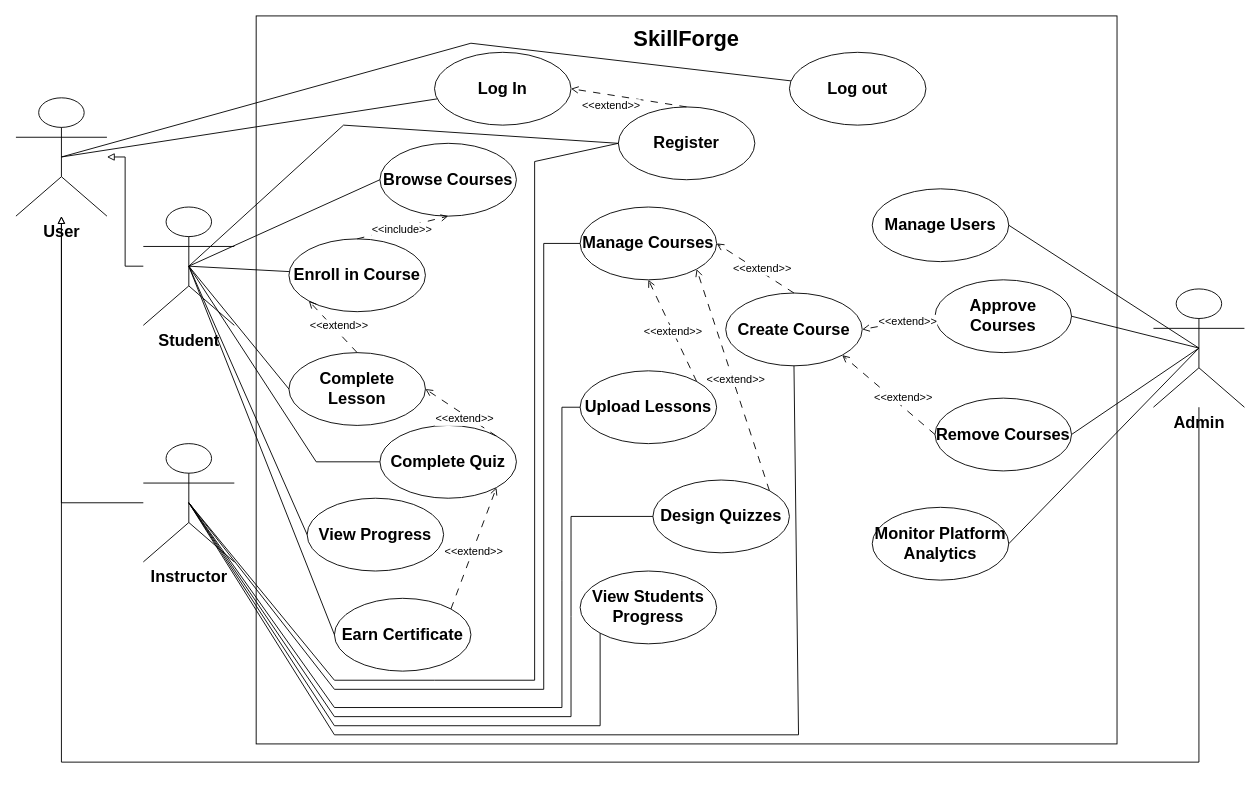
Before: Diagrams/UseCaseDiagram.drawio in Smook-e/Prog2_lab6, a draw.io diagram. Source tidied: cells renumbered, new cells numbered last; positions are measured from the earlier drawing's top-left corner, leaving out a move shared by most shapes. Both pictures are drawn from the tidied source at 91%, with x=0, y=0 at pixel (15, 15).
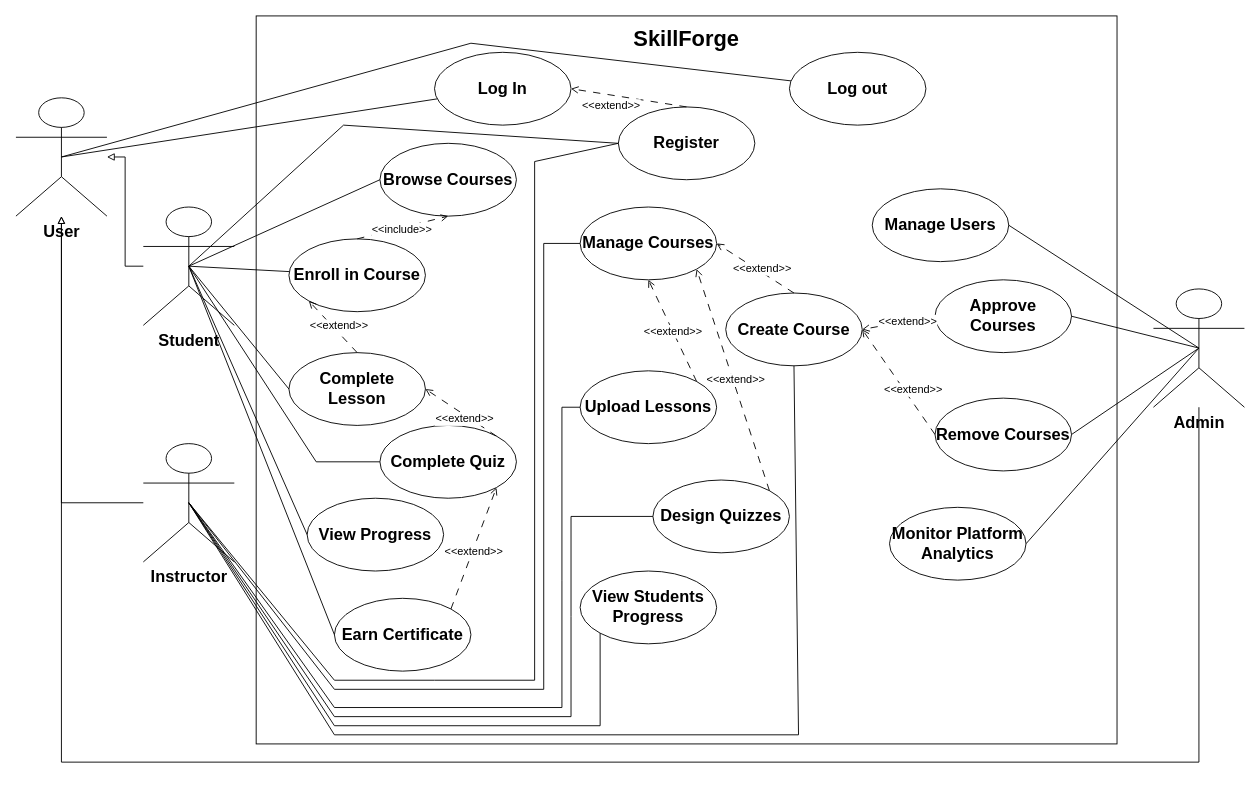
The same diagram, later.

The change refers to these unchanged cells:
```xml
<mxCell id="19" value="&lt;span style=&quot;font-size: 18px;&quot;&gt;&lt;b&gt;Create Course&lt;/b&gt;&lt;/span&gt;" style="ellipse;whiteSpace=wrap;html=1;" parent="1" vertex="1">
  <mxGeometry x="780" y="304.5" width="150" height="80" as="geometry" />
</mxCell>
<mxCell id="29" value="&lt;span style=&quot;font-size: 18px;&quot;&gt;&lt;b&gt;Remove Courses&lt;/b&gt;&lt;/span&gt;" style="ellipse;whiteSpace=wrap;html=1;" parent="1" vertex="1">
  <mxGeometry x="1010" y="420" width="150" height="80" as="geometry" />
</mxCell>
```

The edit, as a diff of the source:
```diff
@@
     <mxCell id="30" value="&lt;span style=&quot;font-size: 18px;&quot;&gt;&lt;b&gt;Monitor Platform Analytics&lt;/b&gt;&lt;/span&gt;" style="ellipse;whiteSpace=wrap;html=1;" parent="1" vertex="1">
-      <mxGeometry x="941" y="540" width="150" height="80" as="geometry" />
+      <mxGeometry x="960" y="540" width="150" height="80" as="geometry" />
     </mxCell>
@@
-    <mxCell id="66" style="endArrow=open;html=1;rounded=0;entryX=1;entryY=1;entryDx=0;entryDy=0;exitX=0;exitY=0.5;exitDx=0;exitDy=0;dashed=1;dashPattern=8 8;endFill=0;" parent="1" edge="1" source="29" target="19">
+    <mxCell id="66" style="endArrow=open;html=1;rounded=0;entryX=1;entryY=0.5;entryDx=0;entryDy=0;exitX=0;exitY=0.5;exitDx=0;exitDy=0;dashed=1;dashPattern=8 8;endFill=0;" parent="1" edge="1" source="29" target="19">
       <mxGeometry relative="1" as="geometry" />
     </mxCell>
```
